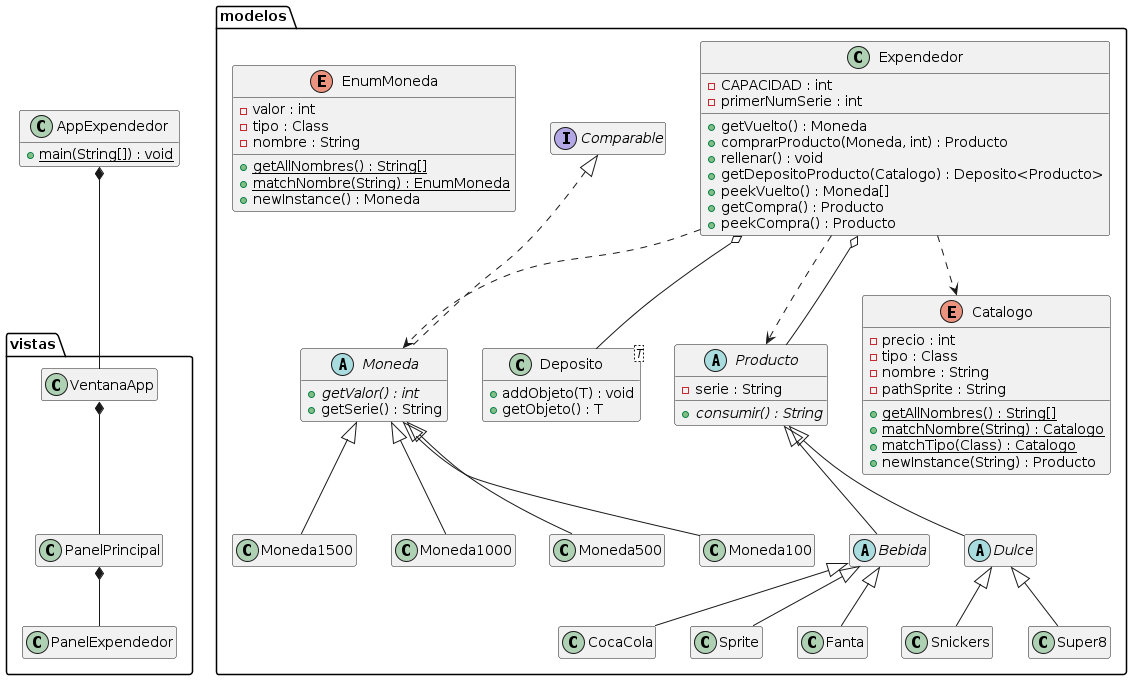
Earlier version of the PlantUML export UML_Imagen.png (molivas2022/Tarea3).
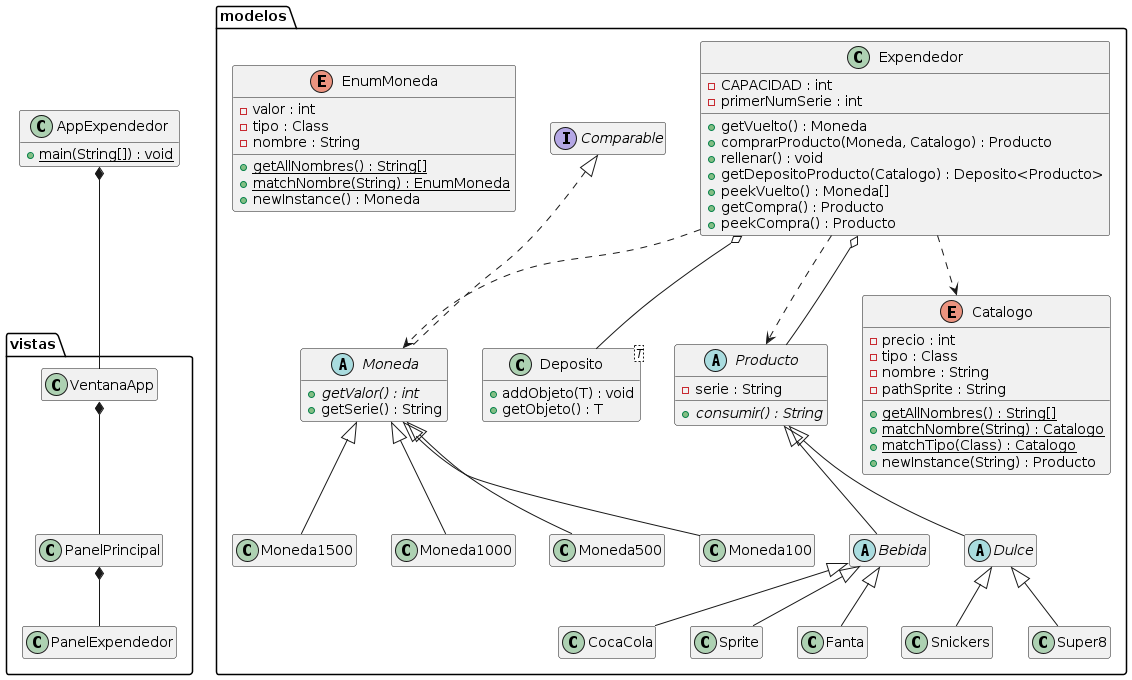
After the commit.

Commit message:
Fix: Cambiado parámetro de función comprarProducto en UML.

Change to the diagram source:
```diff
@@ -12,7 +12,7 @@
     {field} - CAPACIDAD : int
     {field} - primerNumSerie : int
     {method} + getVuelto() : Moneda
-    {method} + comprarProducto(Moneda, int) : Producto
+    {method} + comprarProducto(Moneda, Catalogo) : Producto
     {method} + rellenar() : void
     {method} + getDepositoProducto(Catalogo) : Deposito<Producto>
     {method} + peekVuelto() : Moneda[]
```
